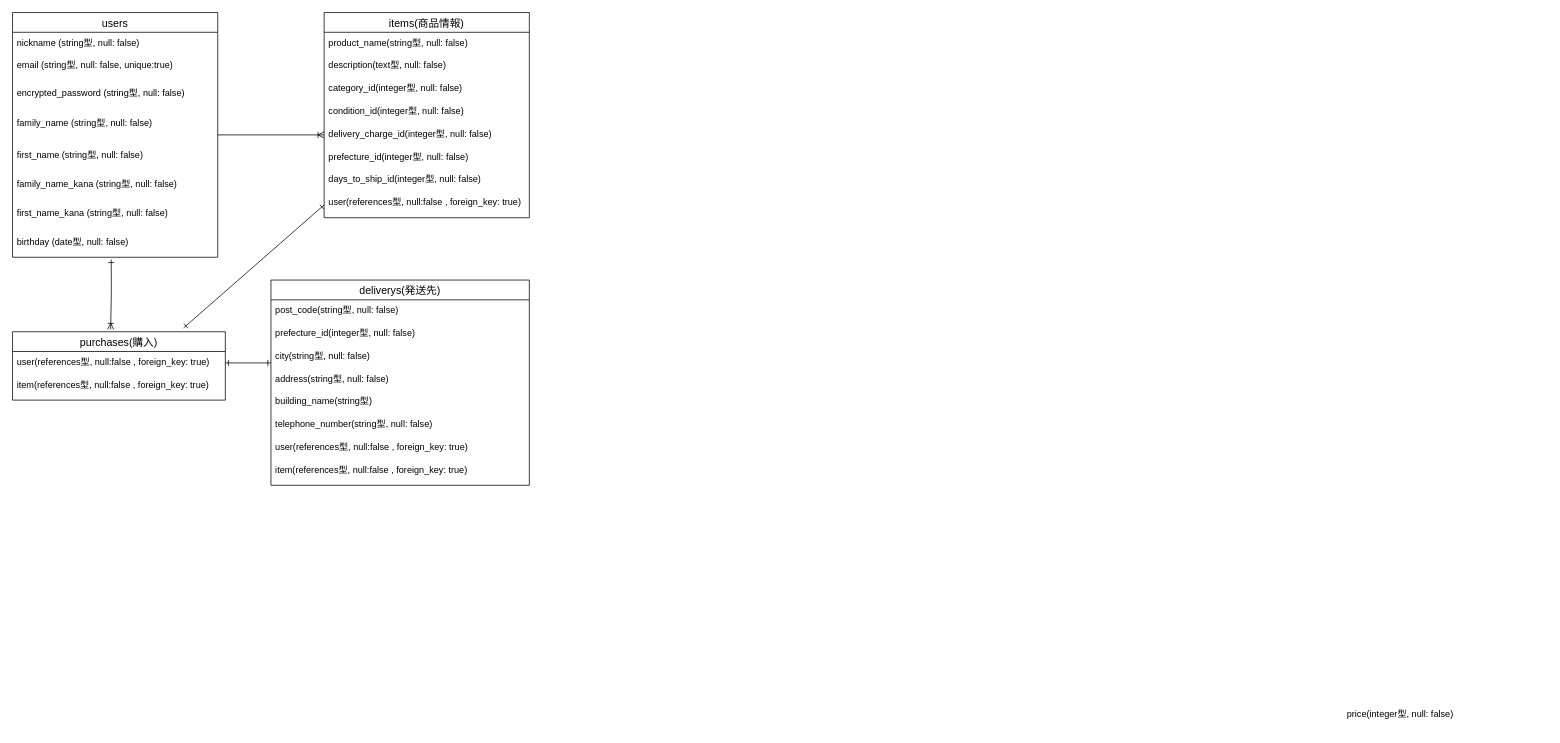
kobayashi64/furima-37467 keeps this draw.io diagram as furima.dio. Above is the earlier version. Source tidied: cells renumbered, new cells numbered last; positions are measured from the earlier drawing's top-left corner, leaving out a move shared by most shapes. Both pictures are drawn from the tidied source at 76%, with x=0, y=0 at pixel (12, 12).
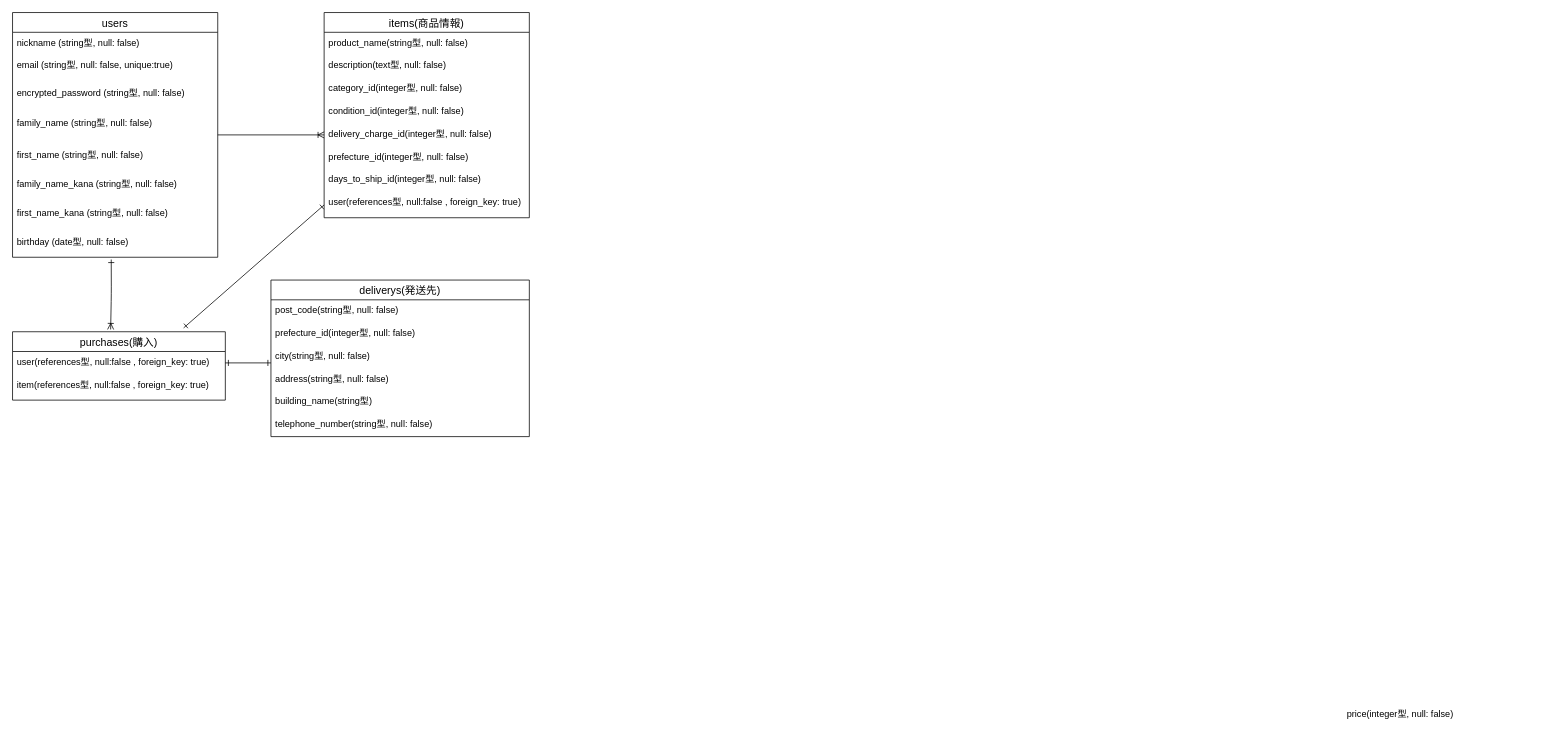
Above is the later version.

Change to the diagram source:
```diff
@@
     <mxCell id="23" value="deliverys(発送先)" style="swimlane;fontStyle=0;horizontal=1;startSize=26;align=center;fontSize=14;" parent="1" vertex="1">
-      <mxGeometry x="340" y="352" width="340" height="270" as="geometry" />
+      <mxGeometry x="340" y="352" width="340" height="206" as="geometry" />
     </mxCell>
@@
-    <mxCell id="30" value="user(references型, null:false , foreign_key: true)" style="text;strokeColor=none;fillColor=none;spacingLeft=4;spacingRight=4;overflow=hidden;fontSize=12;" parent="23" vertex="1">
-      <mxGeometry y="206" width="340" height="30" as="geometry" />
-    </mxCell>
-    <mxCell id="31" value="item(references型, null:false , foreign_key: true)" style="text;strokeColor=none;fillColor=none;spacingLeft=4;spacingRight=4;overflow=hidden;fontSize=12;" parent="23" vertex="1">
-      <mxGeometry y="236" width="340" height="34" as="geometry" />
-    </mxCell>
```
